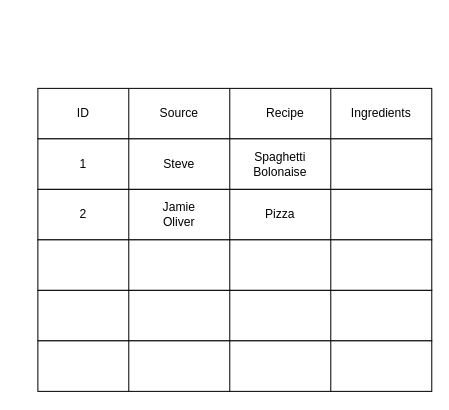
The draw.io diagram WireFrame/MyRecipe Database Table Diagram.drawio in Benjamin124124/L6SD-MAD-MyRecipes, before the edit. Source tidied: cells renumbered, new cells numbered last; positions are measured from the earlier drawing's top-left corner, leaving out a move shared by most shapes. Both pictures are drawn from the tidied source at 101%, with x=0, y=0 at pixel (37, 88).
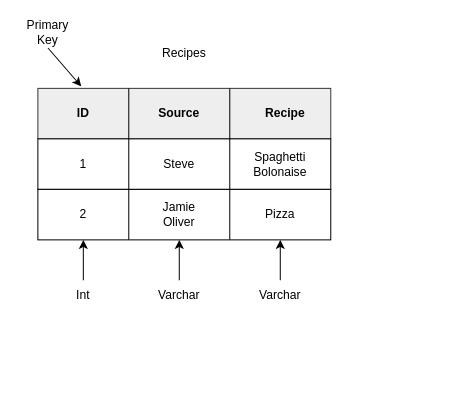
Above is the later version.

Change to the diagram source:
```diff
@@
-    <mxCell id="2" style="rounded=0;whiteSpace=wrap;html=1;" parent="1" vertex="1">
-      <mxGeometry width="390" height="50" as="geometry" />
+    <mxCell id="2" style="rounded=0;whiteSpace=wrap;html=1;fillColor=#eeeeee;strokeColor=#36393d;" parent="1" vertex="1">
+      <mxGeometry width="290" height="50" as="geometry" />
     </mxCell>
     <mxCell id="3" style="rounded=0;whiteSpace=wrap;html=1;" parent="1" vertex="1">
-      <mxGeometry y="50" width="390" height="50" as="geometry" />
+      <mxGeometry y="50" width="290" height="50" as="geometry" />
     </mxCell>
     <mxCell id="4" style="rounded=0;whiteSpace=wrap;html=1;" parent="1" vertex="1">
-      <mxGeometry y="100" width="390" height="50" as="geometry" />
+      <mxGeometry y="100" width="290" height="50" as="geometry" />
     </mxCell>
-    <mxCell id="5" style="rounded=0;whiteSpace=wrap;html=1;" parent="1" vertex="1">
-      <mxGeometry y="150" width="390" height="50" as="geometry" />
-    </mxCell>
-    <mxCell id="6" style="rounded=0;whiteSpace=wrap;html=1;" parent="1" vertex="1">
-      <mxGeometry y="200" width="390" height="50" as="geometry" />
-    </mxCell>
-    <mxCell id="7" style="rounded=0;whiteSpace=wrap;html=1;" parent="1" vertex="1">
-      <mxGeometry y="250" width="390" height="50" as="geometry" />
-    </mxCell>
     <mxCell id="8" style="endArrow=none;html=1;" parent="1" edge="1">
       <mxGeometry relative="1" as="geometry">
-        <mxPoint x="90" y="300" as="sourcePoint" />
+        <mxPoint x="90" y="150" as="sourcePoint" />
         <mxPoint x="90" as="targetPoint" />
       </mxGeometry>
     </mxCell>
     <mxCell id="9" style="endArrow=none;html=1;" parent="1" edge="1">
       <mxGeometry relative="1" as="geometry">
-        <mxPoint x="190" y="300" as="sourcePoint" />
+        <mxPoint x="190" y="150" as="sourcePoint" />
         <mxPoint x="190" as="targetPoint" />
       </mxGeometry>
     </mxCell>
-    <mxCell id="10" value="ID" style="text;html=1;strokeColor=none;fillColor=none;align=center;verticalAlign=middle;whiteSpace=wrap;rounded=0;" parent="1" vertex="1">
+    <mxCell id="10" value="ID" style="text;html=1;strokeColor=none;fillColor=none;align=center;verticalAlign=middle;whiteSpace=wrap;rounded=0;fontStyle=1;" parent="1" vertex="1">
       <mxGeometry x="30" y="15" width="30" height="20" as="geometry" />
     </mxCell>
-    <mxCell id="11" value="Source" style="text;html=1;strokeColor=none;fillColor=none;align=center;verticalAlign=middle;whiteSpace=wrap;rounded=0;" parent="1" vertex="1">
+    <mxCell id="11" value="Source" style="text;html=1;strokeColor=none;fillColor=none;align=center;verticalAlign=middle;whiteSpace=wrap;rounded=0;fontStyle=1;" parent="1" vertex="1">
       <mxGeometry x="110" y="15" width="60" height="20" as="geometry" />
     </mxCell>
-    <mxCell id="12" value="Recipe" style="text;html=1;strokeColor=none;fillColor=none;align=center;verticalAlign=middle;whiteSpace=wrap;rounded=0;" parent="1" vertex="1">
+    <mxCell id="12" value="Recipe" style="text;html=1;strokeColor=none;fillColor=none;align=center;verticalAlign=middle;whiteSpace=wrap;rounded=0;fontStyle=1;" parent="1" vertex="1">
       <mxGeometry x="210" y="15" width="70" height="20" as="geometry" />
     </mxCell>
-    <mxCell id="13" value="1" style="text;html=1;strokeColor=none;fillColor=none;align=center;verticalAlign=middle;whiteSpace=wrap;rounded=0;" parent="1" vertex="1">
+    <mxCell id="13" value="1" style="text;html=1;strokeColor=none;fillColor=none;align=center;verticalAlign=middle;whiteSpace=wrap;rounded=0;fontStyle=0;" parent="1" vertex="1">
       <mxGeometry x="20" y="65" width="50" height="20" as="geometry" />
     </mxCell>
@@
-    <mxCell id="16" value="2" style="text;html=1;strokeColor=none;fillColor=none;align=center;verticalAlign=middle;whiteSpace=wrap;rounded=0;" parent="1" vertex="1">
+    <mxCell id="16" value="2" style="text;html=1;strokeColor=none;fillColor=none;align=center;verticalAlign=middle;whiteSpace=wrap;rounded=0;fontStyle=0;" parent="1" vertex="1">
       <mxGeometry x="25" y="115" width="40" height="20" as="geometry" />
     </mxCell>
@@
-    <mxCell id="19" style="endArrow=none;html=1;" parent="1" edge="1">
-      <mxGeometry relative="1" as="geometry">
-        <mxPoint x="290" y="300" as="sourcePoint" />
-        <mxPoint x="290" as="targetPoint" />
-      </mxGeometry>
-    </mxCell>
-    <mxCell id="20" value="Ingredients" style="text;html=1;strokeColor=none;fillColor=none;align=center;verticalAlign=middle;whiteSpace=wrap;rounded=0;" parent="1" vertex="1">
-      <mxGeometry x="300" y="15" width="80" height="20" as="geometry" />
-    </mxCell>
+    <mxCell id="21" value="Primary Key" style="text;html=1;strokeColor=none;fillColor=none;align=center;verticalAlign=middle;whiteSpace=wrap;rounded=0;" parent="1" vertex="1">
+      <mxGeometry x="-20" y="-70" width="60" height="30" as="geometry" />
+    </mxCell>
+    <mxCell id="22" style="endArrow=classic;html=1;rounded=0;exitX=0.5;exitY=1;exitDx=0;exitDy=0;entryX=0.148;entryY=-0.04;entryDx=0;entryDy=0;entryPerimeter=0;" parent="1" edge="1" source="21" target="2">
+      <mxGeometry relative="1" as="geometry" />
+    </mxCell>
+    <mxCell id="23" value="Recipes" style="text;html=1;strokeColor=none;fillColor=none;align=center;verticalAlign=middle;whiteSpace=wrap;rounded=0;" parent="1" vertex="1">
+      <mxGeometry x="115" y="-50" width="60" height="30" as="geometry" />
+    </mxCell>
+    <mxCell id="24" value="Int" style="text;html=1;strokeColor=none;fillColor=none;align=center;verticalAlign=middle;whiteSpace=wrap;rounded=0;" parent="1" vertex="1">
+      <mxGeometry x="15" y="190" width="60" height="30" as="geometry" />
+    </mxCell>
+    <mxCell id="25" style="endArrow=classic;html=1;rounded=0;exitX=0.5;exitY=0;exitDx=0;exitDy=0;" parent="1" edge="1" source="24">
+      <mxGeometry relative="1" as="geometry">
+        <mxPoint x="45" y="150" as="targetPoint" />
+      </mxGeometry>
+    </mxCell>
+    <mxCell id="26" value="Varchar" style="text;html=1;strokeColor=none;fillColor=none;align=center;verticalAlign=middle;whiteSpace=wrap;rounded=0;" parent="1" vertex="1">
+      <mxGeometry x="110" y="190" width="60" height="30" as="geometry" />
+    </mxCell>
+    <mxCell id="27" value="Varchar" style="text;html=1;strokeColor=none;fillColor=none;align=center;verticalAlign=middle;whiteSpace=wrap;rounded=0;" parent="1" vertex="1">
+      <mxGeometry x="210" y="190" width="60" height="30" as="geometry" />
+    </mxCell>
+    <mxCell id="28" style="endArrow=classic;html=1;rounded=0;exitX=0.5;exitY=0;exitDx=0;exitDy=0;" parent="1" edge="1" source="26">
+      <mxGeometry relative="1" as="geometry">
+        <mxPoint x="140" y="150" as="targetPoint" />
+      </mxGeometry>
+    </mxCell>
+    <mxCell id="29" style="endArrow=classic;html=1;rounded=0;exitX=0.5;exitY=0;exitDx=0;exitDy=0;" parent="1" edge="1" source="27">
+      <mxGeometry relative="1" as="geometry">
+        <mxPoint x="240" y="150" as="targetPoint" />
+      </mxGeometry>
+    </mxCell>
```
